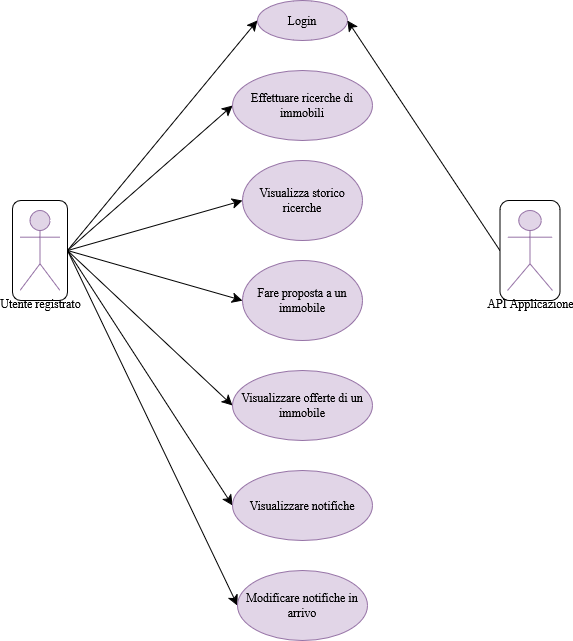
This is diagrammi/UseCase-Utente registrato.drawio.png from Sperob98/Documentazione-DietiEstates25, a draw.io export, as it was before one commit. Source tidied: cells renumbered, new cells last; positions are measured from the earlier drawing's top-left corner, leaving out a move shared by most shapes.
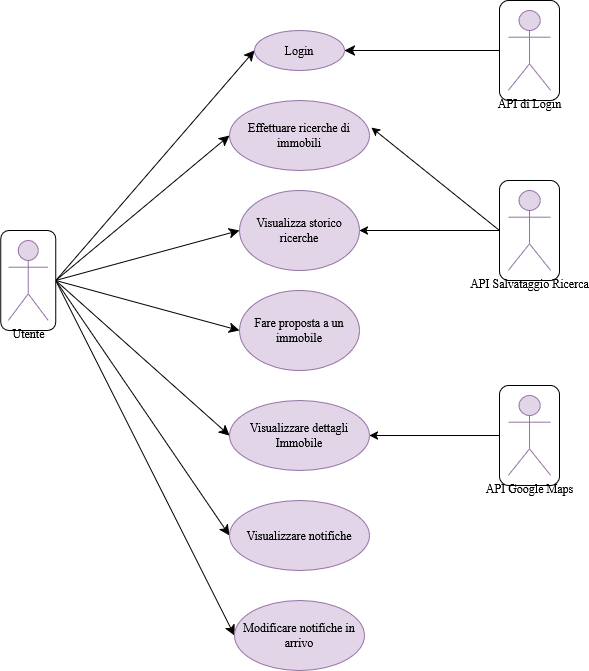
Above is the later version.

The edit, as a diff of the source:
```diff
@@ -24,10 +24,10 @@
       <mxGeometry relative="1" as="geometry" />
     </mxCell>
     <mxCell id="9" style="rounded=1;whiteSpace=wrap;html=1;" parent="1" vertex="1">
-      <mxGeometry y="200" width="55" height="100" as="geometry" />
+      <mxGeometry x="-8.8" y="200" width="55" height="100" as="geometry" />
     </mxCell>
-    <mxCell id="10" value="Utente registrato" style="shape=umlActor;verticalLabelPosition=bottom;verticalAlign=top;html=1;fillColor=#e1d5e7;strokeColor=#9673a6;" parent="1" vertex="1">
-      <mxGeometry x="7.5" y="210" width="40" height="80" as="geometry" />
+    <mxCell id="10" value="&lt;div&gt;Utente&lt;/div&gt;&lt;div&gt;&lt;br&gt;&lt;/div&gt;" style="shape=umlActor;verticalLabelPosition=bottom;verticalAlign=top;html=1;fillColor=#e1d5e7;strokeColor=#9673a6;" parent="1" vertex="1">
+      <mxGeometry x="-1.2" y="210" width="40" height="80" as="geometry" />
     </mxCell>
     <mxCell id="11" value="Login" style="ellipse;whiteSpace=wrap;html=1;fillColor=#e1d5e7;strokeColor=#9673a6;" parent="1" vertex="1">
       <mxGeometry x="245" width="90" height="40" as="geometry" />
@@ -41,7 +41,7 @@
     <mxCell id="14" value="Fare proposta a un immobile" style="ellipse;whiteSpace=wrap;html=1;fillColor=#e1d5e7;strokeColor=#9673a6;" parent="1" vertex="1">
       <mxGeometry x="230" y="260" width="120" height="80" as="geometry" />
     </mxCell>
-    <mxCell id="15" value="Visualizzare offerte di un immobile" style="ellipse;whiteSpace=wrap;html=1;fillColor=#e1d5e7;strokeColor=#9673a6;" parent="1" vertex="1">
+    <mxCell id="15" value="Visualizzare dettagli Immobile" style="ellipse;whiteSpace=wrap;html=1;fillColor=#e1d5e7;strokeColor=#9673a6;" parent="1" vertex="1">
       <mxGeometry x="220" y="370" width="140" height="70" as="geometry" />
     </mxCell>
     <mxCell id="16" value="Visualizzare notifiche" style="ellipse;whiteSpace=wrap;html=1;fillColor=#e1d5e7;strokeColor=#9673a6;" parent="1" vertex="1">
@@ -54,10 +54,31 @@
       <mxGeometry relative="1" as="geometry" />
     </mxCell>
     <mxCell id="19" style="rounded=1;whiteSpace=wrap;html=1;" parent="1" vertex="1">
-      <mxGeometry x="487.5" y="200" width="60" height="100" as="geometry" />
+      <mxGeometry x="490" y="-30" width="60" height="100" as="geometry" />
     </mxCell>
-    <mxCell id="20" value="&lt;div&gt;API Applicazione&lt;/div&gt;&lt;div&gt;&lt;br&gt;&lt;/div&gt;" style="shape=umlActor;verticalLabelPosition=bottom;verticalAlign=top;html=1;fillColor=#e1d5e7;strokeColor=#9673a6;" parent="1" vertex="1">
-      <mxGeometry x="495" y="210" width="45" height="80" as="geometry" />
+    <mxCell id="20" value="&lt;div&gt;API di Login&lt;br&gt;&lt;/div&gt;&lt;div&gt;&lt;br&gt;&lt;/div&gt;" style="shape=umlActor;verticalLabelPosition=bottom;verticalAlign=top;html=1;fillColor=#e1d5e7;strokeColor=#9673a6;" parent="1" vertex="1">
+      <mxGeometry x="498.8" y="-20" width="42.5" height="80" as="geometry" />
     </mxCell>
+    <mxCell id="21" style="rounded=0;jettySize=auto;html=1;exitX=0;exitY=0.5;exitDx=0;exitDy=0;entryX=1;entryY=0.5;entryDx=0;entryDy=0;" parent="1" edge="1" source="22" target="13">
+      <mxGeometry relative="1" as="geometry" />
+    </mxCell>
+    <mxCell id="22" style="rounded=1;whiteSpace=wrap;html=1;" parent="1" vertex="1">
+      <mxGeometry x="490" y="150" width="60" height="100" as="geometry" />
+    </mxCell>
+    <mxCell id="23" value="API Salvataggio Ricerca" style="shape=umlActor;verticalLabelPosition=bottom;verticalAlign=top;html=1;fillColor=#e1d5e7;strokeColor=#9673a6;" parent="1" vertex="1">
+      <mxGeometry x="498.8" y="160" width="42.5" height="80" as="geometry" />
+    </mxCell>
+    <mxCell id="24" style="rounded=0;jettySize=auto;html=1;exitX=0;exitY=0.5;exitDx=0;exitDy=0;entryX=1.014;entryY=0.386;entryDx=0;entryDy=0;entryPerimeter=0;" parent="1" edge="1" source="22" target="12">
+      <mxGeometry relative="1" as="geometry" />
+    </mxCell>
+    <mxCell id="25" style="rounded=0;jettySize=auto;html=1;exitX=0;exitY=0.5;exitDx=0;exitDy=0;entryX=1;entryY=0.5;entryDx=0;entryDy=0;" parent="1" edge="1" source="26" target="15">
+      <mxGeometry relative="1" as="geometry" />
+    </mxCell>
+    <mxCell id="26" style="rounded=1;whiteSpace=wrap;html=1;" parent="1" vertex="1">
+      <mxGeometry x="490" y="355" width="60" height="100" as="geometry" />
+    </mxCell>
+    <mxCell id="27" value="&lt;div&gt;API Google Maps&lt;/div&gt;" style="shape=umlActor;verticalLabelPosition=bottom;verticalAlign=top;html=1;fillColor=#e1d5e7;strokeColor=#9673a6;" parent="1" vertex="1">
+      <mxGeometry x="498.8" y="365" width="42.5" height="80" as="geometry" />
+    </mxCell>
   </root>
 </mxGraphModel>
```
